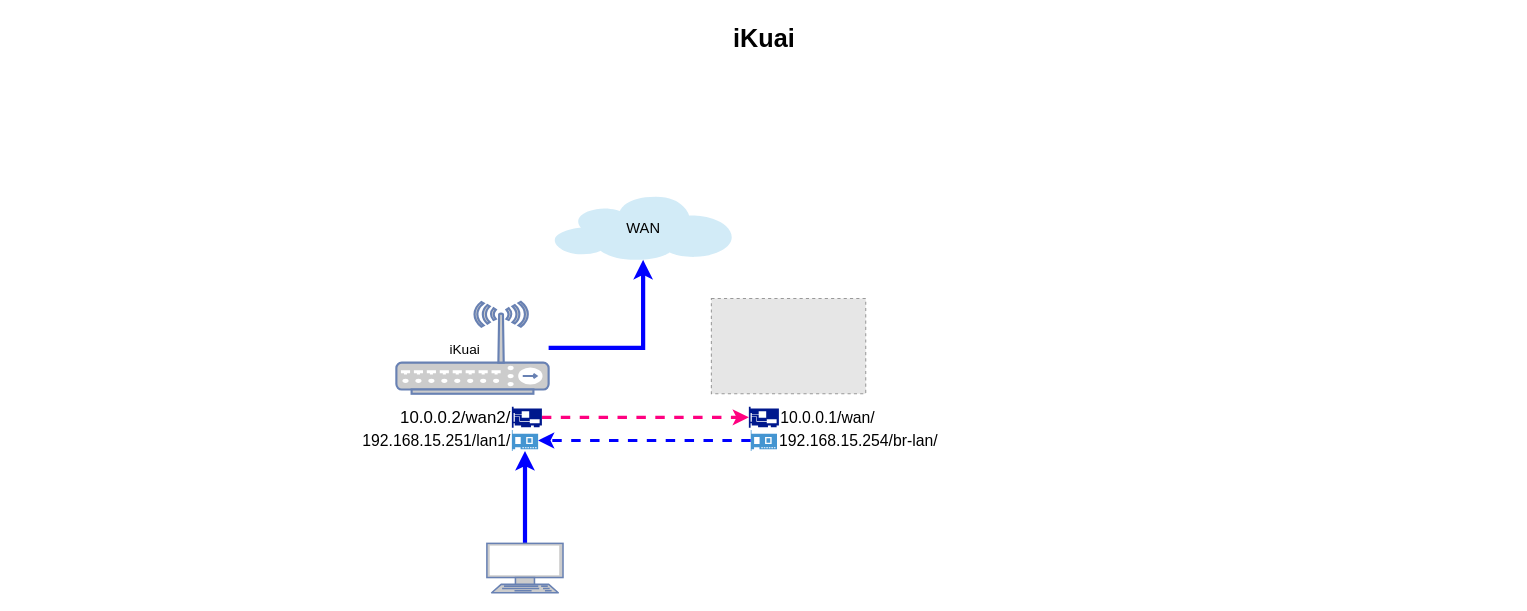
Before: Untitled Diagram.drawio in martin2038/csfans, a draw.io diagram. Source tidied: cells renumbered, new cells numbered last; positions are measured from the earlier drawing's top-left corner, leaving out a move shared by most shapes. Both pictures are drawn from the tidied source at 105%, with x=0, y=0 at pixel (18, 18). Pictures stored in the file or linked from it are replaced by grey dashed boxes.
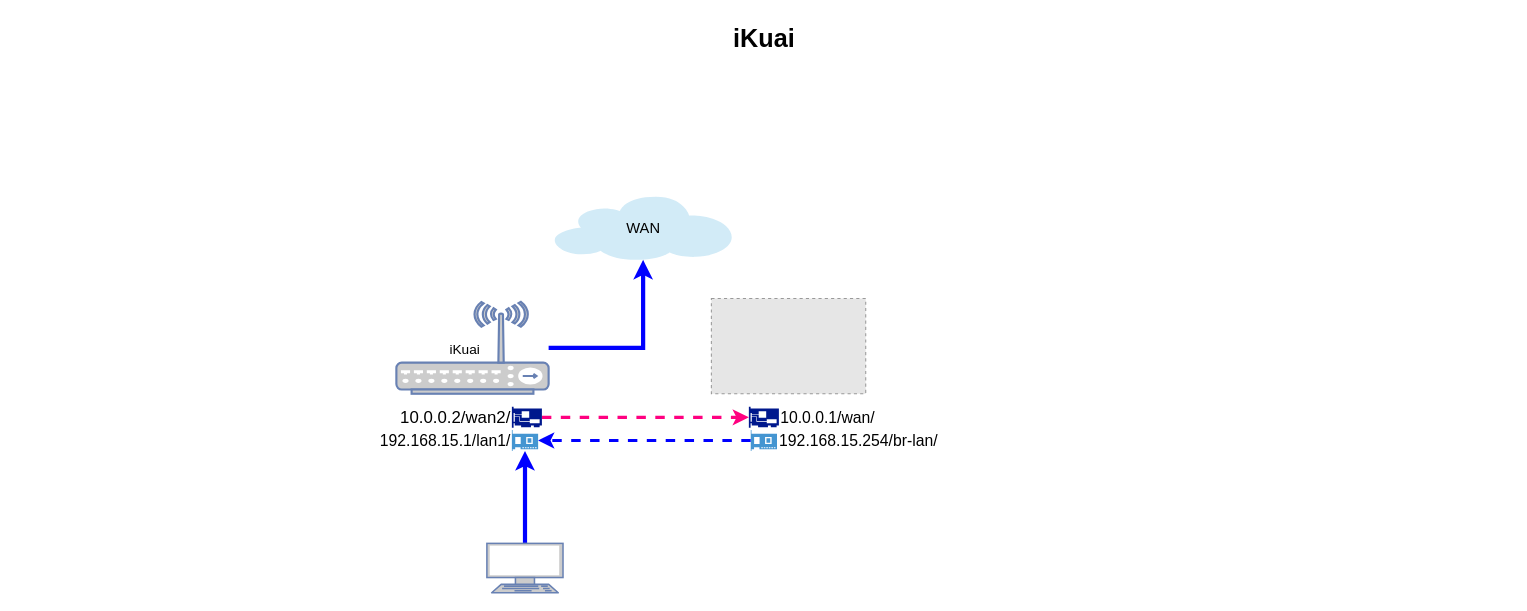
After the change.

Change to the diagram source:
```diff
@@
 <mxGraphModel>
   <root>
     <mxCell id="0" />
     <mxCell id="1" parent="0" />
     <mxCell id="2" value="WAN" style="shadow=0;dashed=0;html=1;strokeColor=none;fillColor=#4495D1;labelPosition=center;verticalLabelPosition=middle;verticalAlign=middle;shape=mxgraph.veeam.2d.cloud;fontSize=14;align=center;" parent="1" vertex="1">
       <mxGeometry x="510" y="170" width="170" height="60" as="geometry" />
     </mxCell>
     <mxCell id="3" value="iKuai" style="text;strokeColor=none;fillColor=none;html=1;fontSize=24;fontStyle=1;verticalAlign=middle;align=center;" parent="1" vertex="1">
       <mxGeometry width="1420" height="40" as="geometry" />
     </mxCell>
     <mxCell id="4" style="edgeStyle=orthogonalEdgeStyle;rounded=0;jettySize=auto;html=1;strokeColor=#0000FF;strokeWidth=4;" parent="1" edge="1" source="5" target="2">
       <mxGeometry relative="1" as="geometry" />
     </mxCell>
     <mxCell id="5" style="fontColor=#0066CC;verticalAlign=top;verticalLabelPosition=bottom;labelPosition=center;align=center;html=1;outlineConnect=0;fillColor=#CCCCCC;strokeColor=#6881B3;gradientColor=none;gradientDirection=north;strokeWidth=2;shape=mxgraph.networks.wireless_hub;" parent="1" vertex="1">
       <mxGeometry x="360" y="270" width="145" height="87.5" as="geometry" />
     </mxCell>
     <mxCell id="6" value="iKuai&lt;br style=&quot;font-size: 13px;&quot;&gt;" style="text;html=1;align=center;verticalAlign=middle;strokeColor=none;fillColor=none;fontSize=13;" parent="1" vertex="1">
       <mxGeometry x="400" y="300" width="50" height="30" as="geometry" />
     </mxCell>
     <mxCell id="7" style="fillColor=#E6E6E6;strokeColor=#999999;dashed=1;verticalLabelPosition=bottom;verticalAlign=top;" parent="1" vertex="1">
       <mxGeometry x="660" y="266.8" width="147" height="90.7" as="geometry" />
     </mxCell>
     <mxCell id="8" value="10.0.0.1/wan/" style="sketch=0;shadow=0;dashed=0;html=1;strokeColor=none;labelPosition=right;verticalLabelPosition=middle;verticalAlign=middle;align=left;fillColor=#00188D;shape=mxgraph.mscae.enterprise.network_card;fontSize=15;" parent="1" vertex="1">
       <mxGeometry x="695.7" y="370" width="28.6" height="20" as="geometry" />
     </mxCell>
     <mxCell id="9" style="edgeStyle=orthogonalEdgeStyle;rounded=0;jettySize=auto;html=1;dashed=1;strokeColor=#0000FF;strokeWidth=3;fontSize=15;fontColor=#FF0000;" parent="1" edge="1" source="10" target="15">
       <mxGeometry relative="1" as="geometry" />
     </mxCell>
     <mxCell id="10" value="192.168.15.254/br-lan/" style="shadow=0;dashed=0;html=1;strokeColor=none;fillColor=#4495D1;labelPosition=right;verticalLabelPosition=middle;verticalAlign=middle;align=left;outlineConnect=0;shape=mxgraph.veeam.2d.network_card;fontSize=15;" parent="1" vertex="1">
       <mxGeometry x="697.5" y="392" width="25" height="20" as="geometry" />
     </mxCell>
     <mxCell id="11" style="edgeStyle=orthogonalEdgeStyle;rounded=0;jettySize=auto;html=1;entryX=0;entryY=0.5;entryDx=0;entryDy=0;entryPerimeter=0;fontColor=#CCFFCC;strokeColor=#FF0080;strokeWidth=3;dashed=1;" parent="1" edge="1" source="12" target="8">
       <mxGeometry relative="1" as="geometry" />
     </mxCell>
     <mxCell id="12" value="10.0.0.2/wan2/" style="sketch=0;shadow=0;dashed=0;html=1;strokeColor=none;labelPosition=left;verticalLabelPosition=middle;verticalAlign=middle;align=right;fillColor=#00188D;shape=mxgraph.mscae.enterprise.network_card;fontSize=16;" parent="1" vertex="1">
       <mxGeometry x="470" y="370" width="28.6" height="20" as="geometry" />
     </mxCell>
     <mxCell id="13" style="edgeStyle=orthogonalEdgeStyle;rounded=0;jettySize=auto;html=1;strokeColor=#0000FF;fontColor=#CCFFCC;strokeWidth=4;" parent="1" edge="1" source="14" target="15">
       <mxGeometry relative="1" as="geometry" />
     </mxCell>
     <mxCell id="14" style="fontColor=#0066CC;verticalAlign=top;verticalLabelPosition=bottom;labelPosition=center;align=center;html=1;outlineConnect=0;fillColor=#CCCCCC;strokeColor=#6881B3;gradientColor=none;gradientDirection=north;strokeWidth=2;shape=mxgraph.networks.terminal;" parent="1" vertex="1">
       <mxGeometry x="446.2" y="500" width="72.5" height="47" as="geometry" />
     </mxCell>
-    <mxCell id="15" value="192.168.15.251/lan1/" style="shadow=0;dashed=0;html=1;strokeColor=none;fillColor=#4495D1;labelPosition=left;verticalLabelPosition=middle;verticalAlign=middle;align=right;outlineConnect=0;shape=mxgraph.veeam.2d.network_card;fontSize=15;" parent="1" vertex="1">
+    <mxCell id="15" value="192.168.15.1/lan1/" style="shadow=0;dashed=0;html=1;strokeColor=none;fillColor=#4495D1;labelPosition=left;verticalLabelPosition=middle;verticalAlign=middle;align=right;outlineConnect=0;shape=mxgraph.veeam.2d.network_card;fontSize=15;" parent="1" vertex="1">
       <mxGeometry x="470" y="392" width="25" height="20" as="geometry" />
     </mxCell>
   </root>
 </mxGraphModel>
```
